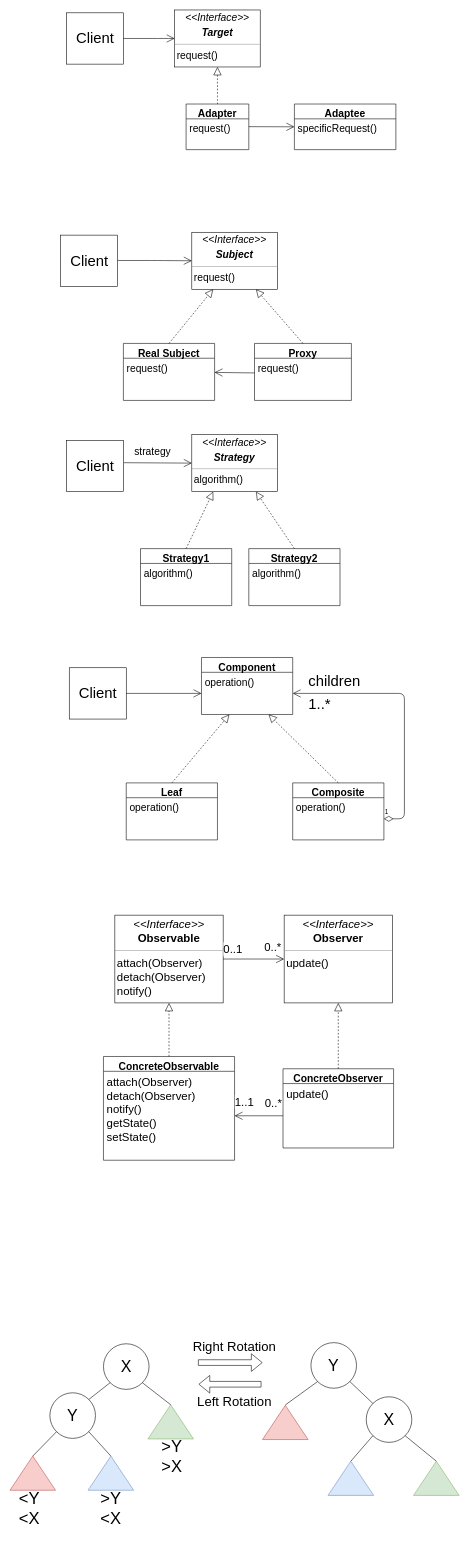
This is Untitled Diagram.drawio from PashaJ23/sandbox-area, a draw.io file, before an edit. Source tidied: cells renumbered, new cells numbered last; positions are measured from the earlier drawing's top-left corner, leaving out a move shared by most shapes. Both pictures are drawn from the tidied source at 57%, with x=0, y=0 at pixel (15, 10).
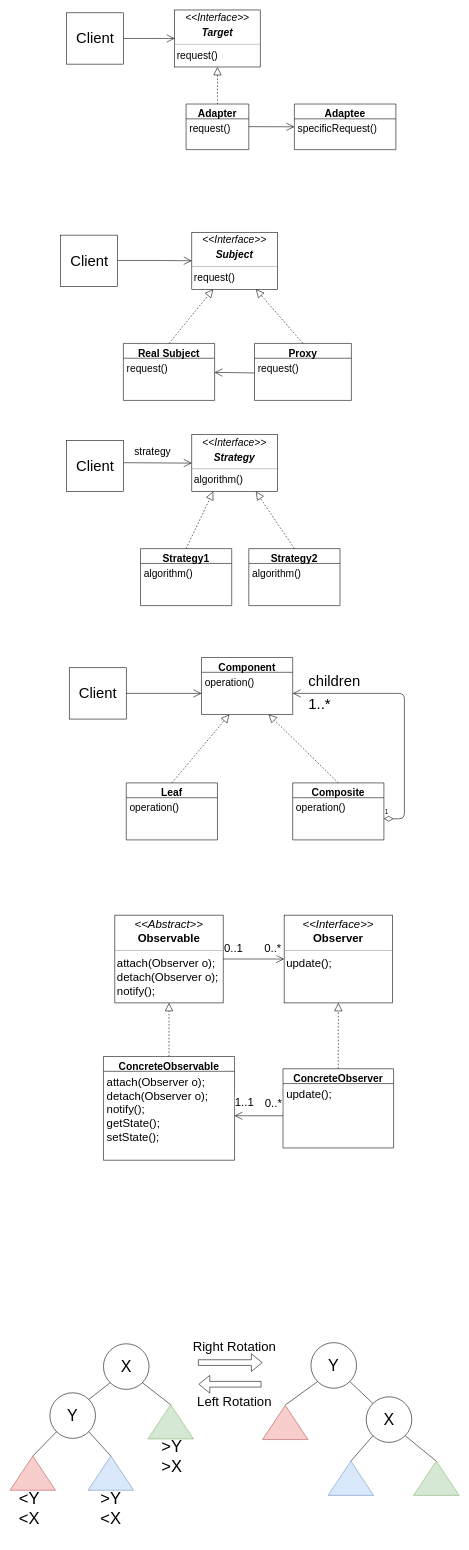
After the change.

Unchanged cells that the change refers to:
```xml
<mxCell id="46" value="ConcreteObservable" style="swimlane;fontStyle=1;align=center;verticalAlign=top;horizontal=1;startSize=26;fontSize=18;" parent="1" vertex="1">
  <mxGeometry x="154" y="1836" width="230" height="182" as="geometry" />
</mxCell>
<mxCell id="48" value="ConcreteObserver" style="swimlane;fontStyle=1;align=center;verticalAlign=top;horizontal=1;startSize=26;fontSize=18;" parent="1" vertex="1">
  <mxGeometry x="469" y="1857.5" width="194" height="139" as="geometry" />
</mxCell>
<mxCell id="55" style="endArrow=open;endFill=1;endSize=12;html=1;fontSize=20;exitX=1;exitY=0.5;exitDx=0;exitDy=0;entryX=0;entryY=0.5;entryDx=0;entryDy=0;" parent="1" edge="1" source="44" target="45">
  <mxGeometry relative="1" as="geometry" />
</mxCell>
```

The edit, as a diff of the source:
```diff
@@
-    <mxCell id="44" value="&lt;p style=&quot;margin: 4px 0px 0px ; text-align: center ; font-size: 20px&quot;&gt;&lt;font style=&quot;font-size: 20px&quot;&gt;&lt;i&gt;&amp;lt;&amp;lt;Interface&amp;gt;&amp;gt;&lt;/i&gt;&lt;br&gt;&lt;b&gt;Observable&lt;/b&gt;&lt;/font&gt;&lt;/p&gt;&lt;hr size=&quot;1&quot; style=&quot;font-size: 20px&quot;&gt;&lt;p style=&quot;margin: 0px 0px 0px 4px ; font-size: 20px&quot;&gt;&lt;/p&gt;&lt;p style=&quot;margin: 0px 0px 0px 4px ; font-size: 20px&quot;&gt;&lt;font style=&quot;font-size: 20px&quot;&gt;attach(Observer)&lt;/font&gt;&lt;/p&gt;&lt;p style=&quot;margin: 0px 0px 0px 4px ; font-size: 20px&quot;&gt;&lt;font style=&quot;font-size: 20px&quot;&gt;detach(Observer)&lt;/font&gt;&lt;/p&gt;&lt;p style=&quot;margin: 0px 0px 0px 4px ; font-size: 20px&quot;&gt;&lt;font style=&quot;font-size: 20px&quot;&gt;notify()&lt;/font&gt;&lt;/p&gt;" style="verticalAlign=top;align=left;overflow=fill;fontSize=12;fontFamily=Helvetica;html=1;" parent="1" vertex="1">
+    <mxCell id="44" value="&lt;p style=&quot;margin: 4px 0px 0px ; text-align: center ; font-size: 20px&quot;&gt;&lt;font style=&quot;font-size: 20px&quot;&gt;&lt;i&gt;&amp;lt;&amp;lt;Abstract&amp;gt;&amp;gt;&lt;/i&gt;&lt;br&gt;&lt;b&gt;Observable&lt;/b&gt;&lt;/font&gt;&lt;/p&gt;&lt;hr size=&quot;1&quot; style=&quot;font-size: 20px&quot;&gt;&lt;p style=&quot;margin: 0px 0px 0px 4px ; font-size: 20px&quot;&gt;&lt;/p&gt;&lt;p style=&quot;margin: 0px 0px 0px 4px ; font-size: 20px&quot;&gt;&lt;font style=&quot;font-size: 20px&quot;&gt;attach(Observer o);&lt;/font&gt;&lt;/p&gt;&lt;p style=&quot;margin: 0px 0px 0px 4px ; font-size: 20px&quot;&gt;&lt;font style=&quot;font-size: 20px&quot;&gt;detach(Observer o);&lt;/font&gt;&lt;/p&gt;&lt;p style=&quot;margin: 0px 0px 0px 4px ; font-size: 20px&quot;&gt;&lt;font style=&quot;font-size: 20px&quot;&gt;notify();&lt;/font&gt;&lt;/p&gt;" style="verticalAlign=top;align=left;overflow=fill;fontSize=12;fontFamily=Helvetica;html=1;" parent="1" vertex="1">
       <mxGeometry x="174" y="1588" width="190" height="154" as="geometry" />
     </mxCell>
-    <mxCell id="45" value="&lt;p style=&quot;margin: 4px 0px 0px ; text-align: center ; font-size: 20px&quot;&gt;&lt;font style=&quot;font-size: 20px&quot;&gt;&lt;i&gt;&amp;lt;&amp;lt;Interface&amp;gt;&amp;gt;&lt;/i&gt;&lt;br&gt;&lt;b&gt;Observer&lt;/b&gt;&lt;/font&gt;&lt;/p&gt;&lt;hr size=&quot;1&quot; style=&quot;font-size: 20px&quot;&gt;&lt;p style=&quot;margin: 0px 0px 0px 4px ; font-size: 20px&quot;&gt;&lt;/p&gt;&lt;p style=&quot;margin: 0px 0px 0px 4px ; font-size: 20px&quot;&gt;update()&lt;/p&gt;" style="verticalAlign=top;align=left;overflow=fill;fontSize=12;fontFamily=Helvetica;html=1;" parent="1" vertex="1">
+    <mxCell id="45" value="&lt;p style=&quot;margin: 4px 0px 0px ; text-align: center ; font-size: 20px&quot;&gt;&lt;font style=&quot;font-size: 20px&quot;&gt;&lt;i&gt;&amp;lt;&amp;lt;Interface&amp;gt;&amp;gt;&lt;/i&gt;&lt;br&gt;&lt;b&gt;Observer&lt;/b&gt;&lt;/font&gt;&lt;/p&gt;&lt;hr size=&quot;1&quot; style=&quot;font-size: 20px&quot;&gt;&lt;p style=&quot;margin: 0px 0px 0px 4px ; font-size: 20px&quot;&gt;&lt;/p&gt;&lt;p style=&quot;margin: 0px 0px 0px 4px ; font-size: 20px&quot;&gt;update();&lt;/p&gt;" style="verticalAlign=top;align=left;overflow=fill;fontSize=12;fontFamily=Helvetica;html=1;" parent="1" vertex="1">
       <mxGeometry x="471" y="1588" width="190" height="154" as="geometry" />
     </mxCell>
@@
-    <mxCell id="47" value="attach(Observer)&#10;detach(Observer)&#10;notify()&#10;getState()&#10;setState()" style="text;strokeColor=none;fillColor=none;align=left;verticalAlign=top;spacingLeft=4;spacingRight=4;overflow=hidden;points=[[0,0.5],[1,0.5]];portConstraint=eastwest;fontSize=20;" parent="46" vertex="1">
+    <mxCell id="47" value="attach(Observer o);&#10;detach(Observer o);&#10;notify();&#10;getState();&#10;setState();" style="text;strokeColor=none;fillColor=none;align=left;verticalAlign=top;spacingLeft=4;spacingRight=4;overflow=hidden;points=[[0,0.5],[1,0.5]];portConstraint=eastwest;fontSize=20;" parent="46" vertex="1">
       <mxGeometry y="26" width="230" height="156" as="geometry" />
     </mxCell>
@@
-    <mxCell id="49" value="update()" style="text;strokeColor=none;fillColor=none;align=left;verticalAlign=top;spacingLeft=4;spacingRight=4;overflow=hidden;points=[[0,0.5],[1,0.5]];portConstraint=eastwest;fontSize=20;" parent="48" vertex="1">
+    <mxCell id="49" value="update();" style="text;strokeColor=none;fillColor=none;align=left;verticalAlign=top;spacingLeft=4;spacingRight=4;overflow=hidden;points=[[0,0.5],[1,0.5]];portConstraint=eastwest;fontSize=20;" parent="48" vertex="1">
       <mxGeometry y="26" width="194" height="113" as="geometry" />
     </mxCell>
@@
     <mxCell id="56" value="0..*" style="edgeLabel;html=1;align=center;verticalAlign=middle;fontSize=20;" parent="55" vertex="1">
       <mxGeometry x="0.53" y="1" relative="1" as="geometry">
-        <mxPoint x="4" y="-21" as="offset" />
+        <mxPoint x="4" y="-19" as="offset" />
       </mxGeometry>
     </mxCell>
     <mxCell id="57" value="0..1" style="edgeLabel;html=1;align=center;verticalAlign=middle;fontSize=20;" parent="55" vertex="1">
       <mxGeometry x="-0.74" y="1" relative="1" as="geometry">
-        <mxPoint x="2" y="-18" as="offset" />
+        <mxPoint x="3" y="-20" as="offset" />
       </mxGeometry>
     </mxCell>
```
